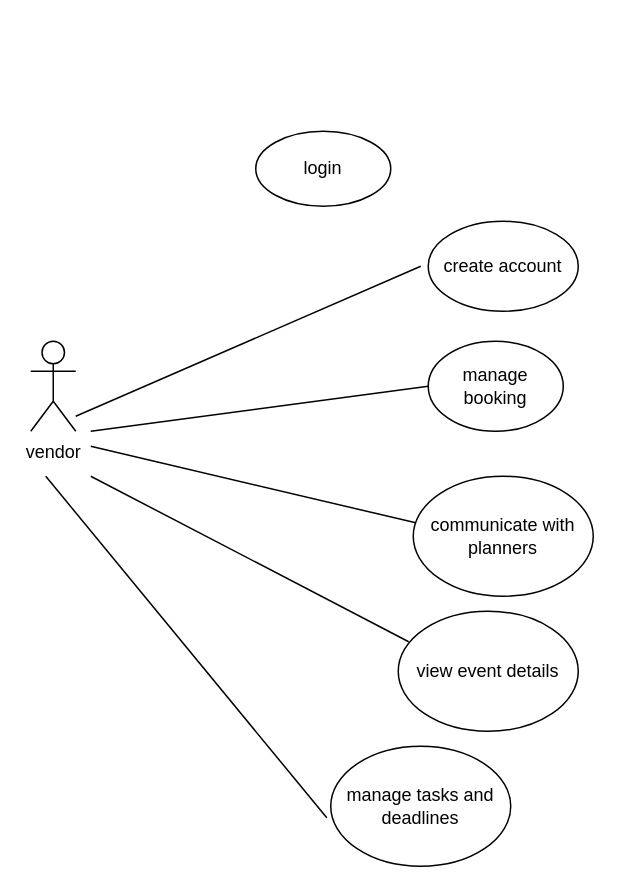
Earlier version of the draw.io diagram usecase.drawio/test.drawio (doniahusien/useCaseAndClass). Source tidied: cells renumbered, new cells numbered last; positions are measured from the earlier drawing's top-left corner, leaving out a move shared by most shapes. Both pictures are drawn from the tidied source at 150%, with x=0, y=0 at pixel (30, 130).
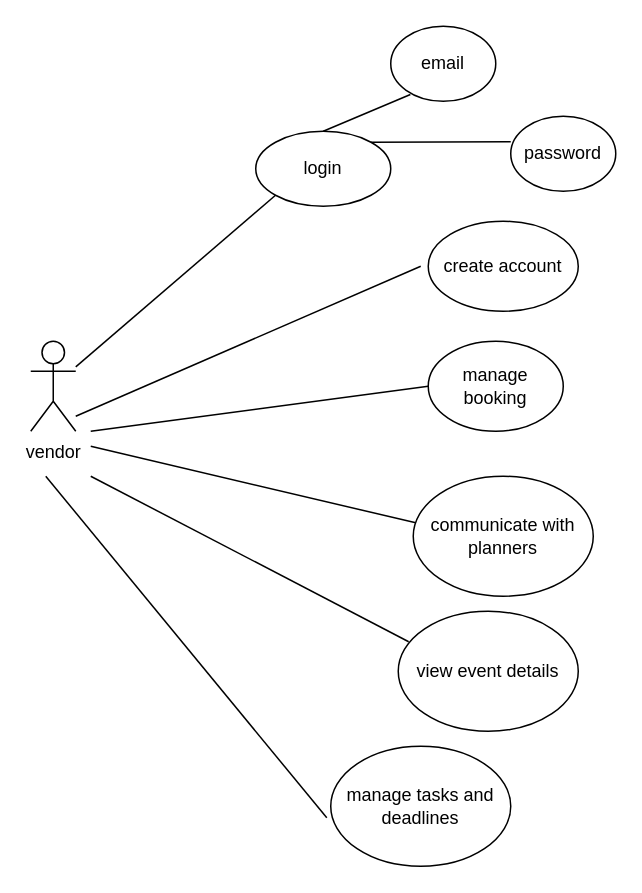
After the change.

Unchanged cells that the change refers to:
```xml
<mxCell id="2" value="vendor" style="shape=umlActor;verticalLabelPosition=bottom;verticalAlign=top;html=1;outlineConnect=0;" parent="1" vertex="1">
  <mxGeometry y="140" width="30" height="60" as="geometry" />
</mxCell>
<mxCell id="3" value="login" style="ellipse;whiteSpace=wrap;html=1;" parent="1" vertex="1">
  <mxGeometry x="150" width="90" height="50" as="geometry" />
</mxCell>
```

The edit, as a diff of the source:
```diff
@@
+    <mxCell id="14" style="endArrow=none;html=1;entryX=0;entryY=1;entryDx=0;entryDy=0;" parent="1" edge="1" source="2" target="3">
+      <mxGeometry relative="1" as="geometry" />
+    </mxCell>
+    <mxCell id="15" style="endArrow=none;html=1;exitX=1;exitY=0;exitDx=0;exitDy=0;" parent="1" edge="1" source="3">
+      <mxGeometry relative="1" as="geometry">
+        <mxPoint x="320" y="7" as="targetPoint" />
+      </mxGeometry>
+    </mxCell>
+    <mxCell id="16" style="endArrow=none;html=1;exitX=0.5;exitY=0;exitDx=0;exitDy=0;" parent="1" edge="1" source="3">
+      <mxGeometry relative="1" as="geometry">
+        <mxPoint x="253.1" y="-24.5" as="targetPoint" />
+      </mxGeometry>
+    </mxCell>
+    <mxCell id="17" value="email" style="ellipse;whiteSpace=wrap;html=1;" parent="1" vertex="1">
+      <mxGeometry x="240" y="-70" width="70" height="50" as="geometry" />
+    </mxCell>
+    <mxCell id="18" value="password" style="ellipse;whiteSpace=wrap;html=1;" parent="1" vertex="1">
+      <mxGeometry x="320" y="-10" width="70" height="50" as="geometry" />
+    </mxCell>
```
